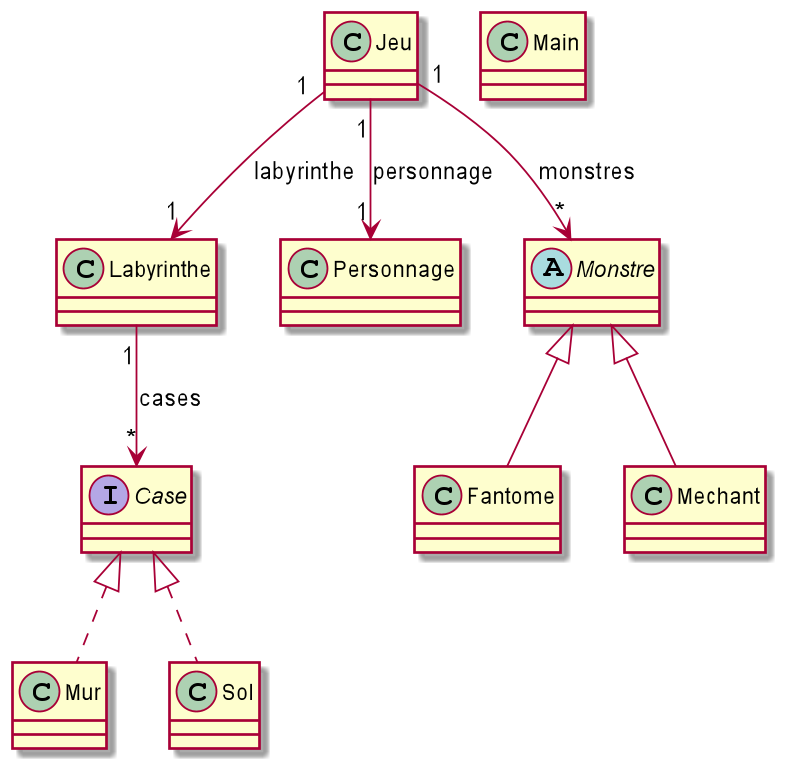
MichelGrolet/2d-game keeps this PlantUML diagram as documents/version_2/diagramme.png. Above is the earlier version. Its diagram source:
```plantuml
@startuml

class Labyrinthe {

}
Labyrinthe "1" --> "*" Case : cases

interface Case {

}

class Mur implements Case {

}

class Sol implements Case {

}

class Personnage {

}

abstract class Monstre {

}

class Fantome extends Monstre {

}

class Mechant extends Monstre {

}

class Jeu {

}
Jeu "1" --> "1" Labyrinthe : labyrinthe
Jeu "1" --> "1" Personnage : personnage
Jeu "1" --> "*" Monstre : monstres

class Main {

}

@enduml
```
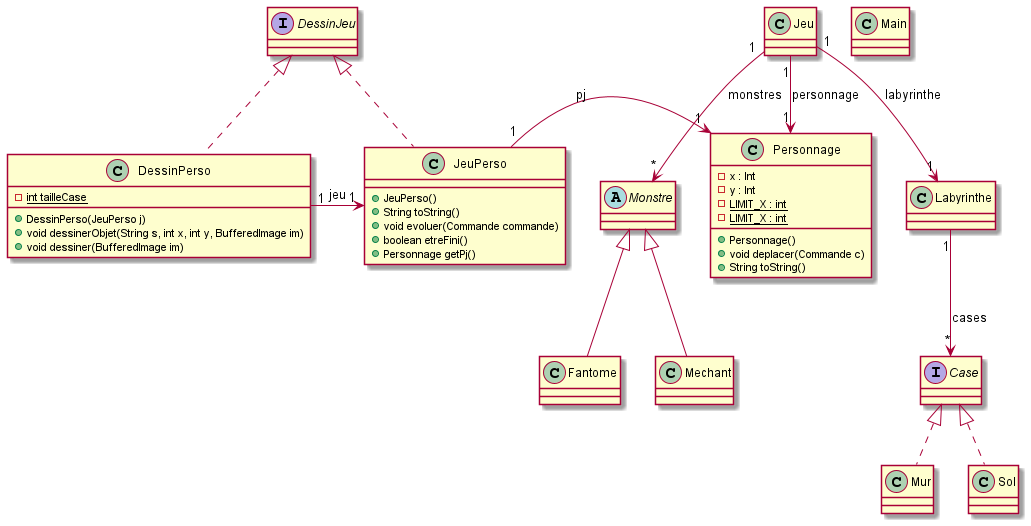
After the commit.

Diff of the diagram source:
```diff
@@ -18,7 +18,13 @@
 }
 
 class Personnage {
-
+    - x : Int
+    - y : Int
+    - {static} LIMIT_X : int
+    - {static} LIMIT_X : int
+    + Personnage()
+    + void deplacer(Commande c)
+    + String toString()
 }
 
 abstract class Monstre {
@@ -44,4 +50,21 @@
 
 }
 
+class JeuPerso implements DessinJeu {
+    + JeuPerso()
+    + String toString()
+    + void evoluer(Commande commande)
+    + boolean etreFini()
+    + Personnage getPj()
+}
+JeuPerso "1" -> "1" Personnage : pj
+class DessinPerso implements DessinJeu {
+    - {static} int tailleCase
+    + DessinPerso(JeuPerso j)
+    + void dessinerObjet(String s, int x, int y, BufferedImage im)
+    + void dessiner(BufferedImage im)
+}
+DessinPerso "1" -> "1" JeuPerso : jeu
+
+
 @enduml
```
